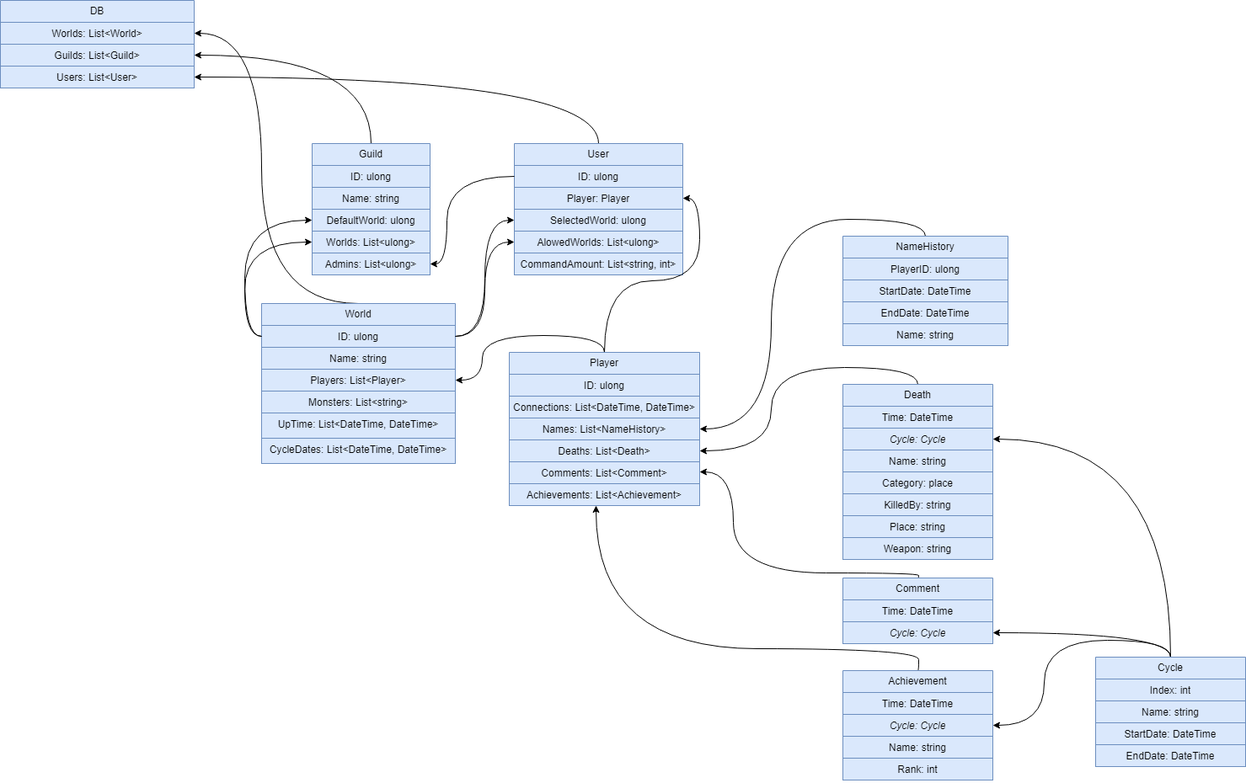
The draw.io diagram Stats Bot UML.drawio.png in Endferoma/Draw.IO, before a commit. Source tidied: cells renumbered, new cells last; positions are measured from the earlier drawing's top-left corner, leaving out a move shared by most shapes.
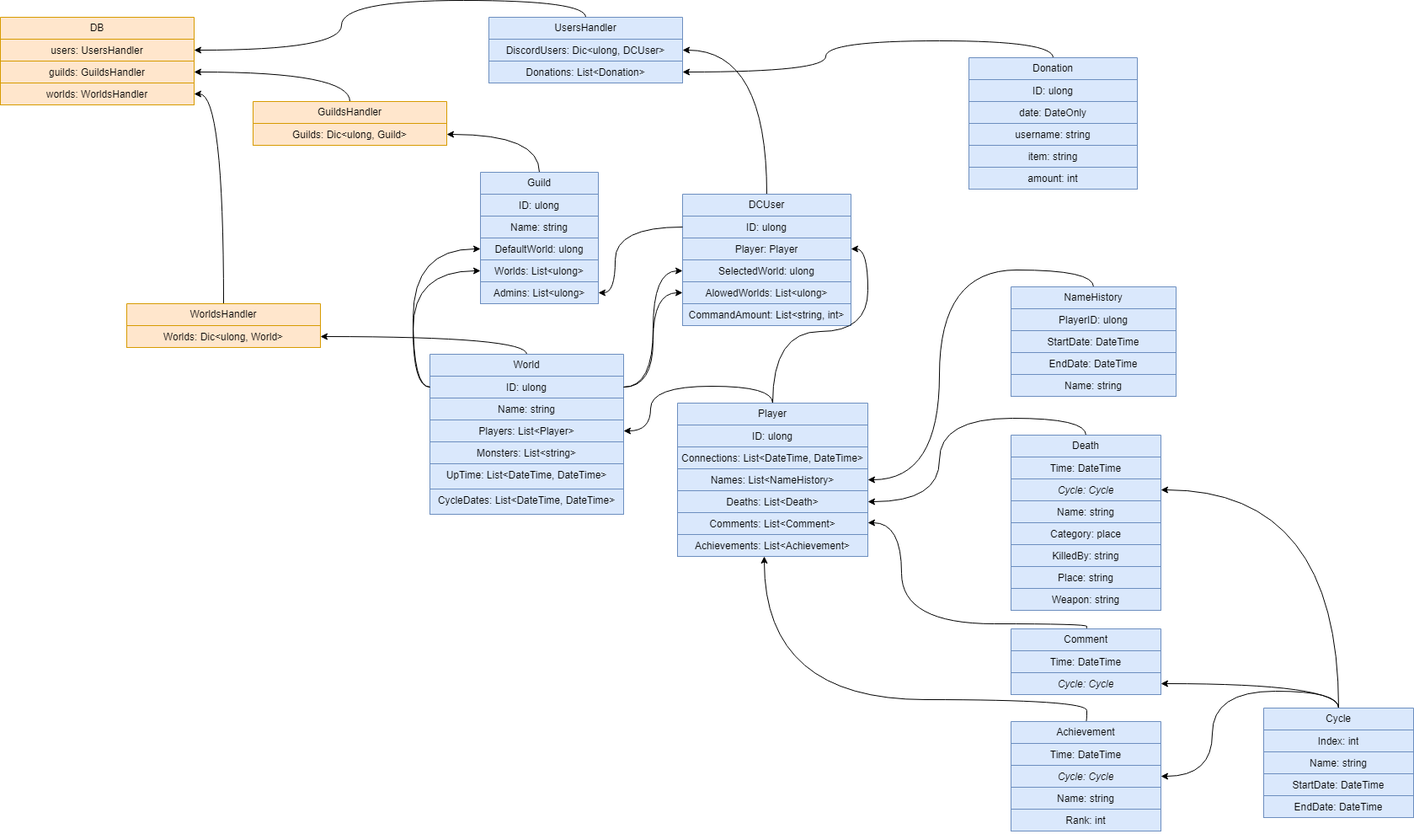
The same file after the commit.

Change to the diagram source:
```diff
@@ -2,11 +2,11 @@
   <root>
     <mxCell id="0" />
     <mxCell id="1" parent="0" />
-    <mxCell id="2" style="edgeStyle=orthogonalEdgeStyle;rounded=0;jettySize=auto;html=1;exitX=0.5;exitY=0;exitDx=0;exitDy=0;curved=1;" parent="1" edge="1" source="3" target="73">
-      <mxGeometry relative="1" as="geometry" />
-    </mxCell>
+    <mxCell id="75" style="edgeStyle=orthogonalEdgeStyle;rounded=0;jettySize=auto;html=1;exitX=0.5;exitY=0;exitDx=0;exitDy=0;curved=1;" parent="1" edge="1" source="3" target="84">
+      <mxGeometry relative="1" as="geometry" />
+    </mxCell>
     <mxCell id="3" value="Guild" style="swimlane;fontStyle=0;horizontal=1;startSize=26;fillColor=#dae8fc;whiteSpace=wrap;html=1;align=center;strokeColor=#6c8ebf;" parent="1" vertex="1">
-      <mxGeometry x="370" y="170" width="140" height="156" as="geometry" />
+      <mxGeometry x="370" y="144" width="140" height="156" as="geometry" />
     </mxCell>
     <mxCell id="4" value="ID: ulong" style="text;strokeColor=#6c8ebf;fillColor=#dae8fc;align=center;verticalAlign=top;spacingLeft=4;spacingRight=4;overflow=hidden;whiteSpace=wrap;html=1;" parent="3" vertex="1">
       <mxGeometry y="26" width="140" height="26" as="geometry" />
@@ -23,10 +23,10 @@
     <mxCell id="8" value="Admins: List&amp;lt;ulong&amp;gt;" style="text;strokeColor=#6c8ebf;fillColor=#dae8fc;align=center;verticalAlign=top;spacingLeft=4;spacingRight=4;overflow=hidden;points=[[0,0.5],[1,0.5]];portConstraint=eastwest;whiteSpace=wrap;html=1;" parent="3" vertex="1">
       <mxGeometry y="130" width="140" height="26" as="geometry" />
     </mxCell>
-    <mxCell id="9" style="edgeStyle=orthogonalEdgeStyle;rounded=0;jettySize=auto;html=1;exitX=0.5;exitY=0;exitDx=0;exitDy=0;curved=1;" parent="1" edge="1" source="10" target="74">
-      <mxGeometry relative="1" as="geometry" />
-    </mxCell>
+    <mxCell id="76" style="edgeStyle=orthogonalEdgeStyle;rounded=0;jettySize=auto;html=1;exitX=0.5;exitY=0;exitDx=0;exitDy=0;entryX=1;entryY=0.5;entryDx=0;entryDy=0;curved=1;" parent="1" edge="1" source="10" target="80">
+      <mxGeometry relative="1" as="geometry" />
+    </mxCell>
-    <mxCell id="10" value="User" style="swimlane;fontStyle=0;horizontal=1;startSize=26;fillColor=#dae8fc;whiteSpace=wrap;html=1;align=center;strokeColor=#6c8ebf;" parent="1" vertex="1">
+    <mxCell id="10" value="DCUser" style="swimlane;fontStyle=0;horizontal=1;startSize=26;fillColor=#dae8fc;whiteSpace=wrap;html=1;align=center;strokeColor=#6c8ebf;" parent="1" vertex="1">
       <mxGeometry x="610" y="170" width="200" height="156" as="geometry" />
     </mxCell>
     <mxCell id="11" value="&lt;div&gt;&lt;span style=&quot;background-color: initial;&quot;&gt;ID: ulong&lt;/span&gt;&lt;br&gt;&lt;/div&gt;" style="text;strokeColor=#6c8ebf;fillColor=#dae8fc;align=center;verticalAlign=top;spacingLeft=4;spacingRight=4;overflow=hidden;points=[[0,0.5],[1,0.5]];portConstraint=eastwest;whiteSpace=wrap;html=1;" parent="10" vertex="1">
@@ -62,14 +62,9 @@
     <mxCell id="21" value="Name: string" style="text;strokeColor=#6c8ebf;fillColor=#dae8fc;align=center;verticalAlign=top;spacingLeft=4;spacingRight=4;overflow=hidden;whiteSpace=wrap;html=1;" parent="17" vertex="1">
       <mxGeometry y="104" width="196" height="26" as="geometry" />
     </mxCell>
-    <mxCell id="22" style="edgeStyle=orthogonalEdgeStyle;rounded=0;jettySize=auto;html=1;exitX=0.5;exitY=0;exitDx=0;exitDy=0;entryX=1;entryY=0.5;entryDx=0;entryDy=0;curved=1;" parent="1" edge="1" source="23" target="72">
-      <mxGeometry relative="1" as="geometry">
-        <Array as="points">
-          <mxPoint x="310" y="360" />
-          <mxPoint x="310" y="39" />
-        </Array>
-      </mxGeometry>
-    </mxCell>
+    <mxCell id="77" style="edgeStyle=orthogonalEdgeStyle;rounded=0;jettySize=auto;html=1;exitX=0.5;exitY=0;exitDx=0;exitDy=0;curved=1;" parent="1" edge="1" source="23" target="87">
+      <mxGeometry relative="1" as="geometry" />
+    </mxCell>
     <mxCell id="23" value="World" style="swimlane;fontStyle=0;horizontal=1;startSize=26;fillColor=#dae8fc;whiteSpace=wrap;html=1;align=center;strokeColor=#6c8ebf;" parent="1" vertex="1">
       <mxGeometry x="310" y="360" width="230" height="190" as="geometry" />
     </mxCell>
@@ -122,7 +117,7 @@
       <mxGeometry relative="1" as="geometry">
         <Array as="points">
           <mxPoint x="530" y="209" />
-          <mxPoint x="530" y="313" />
+          <mxPoint x="530" y="287" />
         </Array>
       </mxGeometry>
     </mxCell>
@@ -232,17 +227,68 @@
     <mxCell id="70" style="edgeStyle=orthogonalEdgeStyle;rounded=0;jettySize=auto;html=1;exitX=1;exitY=0.5;exitDx=0;exitDy=0;entryX=0;entryY=0.5;entryDx=0;entryDy=0;curved=1;" parent="1" edge="1" source="24" target="14">
       <mxGeometry relative="1" as="geometry" />
     </mxCell>
-    <mxCell id="71" value="DB" style="swimlane;fontStyle=0;horizontal=1;startSize=26;fillColor=#dae8fc;whiteSpace=wrap;html=1;align=center;strokeColor=#6c8ebf;" parent="1" vertex="1">
-      <mxGeometry width="230" height="104" as="geometry" />
+    <mxCell id="71" value="DB" style="swimlane;fontStyle=0;horizontal=1;startSize=26;fillColor=#ffe6cc;whiteSpace=wrap;html=1;align=center;strokeColor=#d79b00;" parent="1" vertex="1">
+      <mxGeometry x="-200" y="-40" width="230" height="104" as="geometry" />
     </mxCell>
-    <mxCell id="72" value="Worlds: List&amp;lt;World&amp;gt;" style="text;strokeColor=#6c8ebf;fillColor=#dae8fc;align=center;verticalAlign=top;spacingLeft=4;spacingRight=4;overflow=hidden;points=[[0,0.5],[1,0.5]];portConstraint=eastwest;whiteSpace=wrap;html=1;" parent="71" vertex="1">
+    <mxCell id="72" value="users: UsersHandler" style="text;strokeColor=#d79b00;fillColor=#ffe6cc;align=center;verticalAlign=top;spacingLeft=4;spacingRight=4;overflow=hidden;points=[[0,0.5],[1,0.5]];portConstraint=eastwest;whiteSpace=wrap;html=1;" parent="71" vertex="1">
       <mxGeometry y="26" width="230" height="26" as="geometry" />
     </mxCell>
-    <mxCell id="73" value="Guilds: List&amp;lt;Guild&amp;gt;" style="text;strokeColor=#6c8ebf;fillColor=#dae8fc;align=center;verticalAlign=top;spacingLeft=4;spacingRight=4;overflow=hidden;points=[[0,0.5],[1,0.5]];portConstraint=eastwest;whiteSpace=wrap;html=1;" parent="71" vertex="1">
+    <mxCell id="73" value="guilds: GuildsHandler" style="text;strokeColor=#d79b00;fillColor=#ffe6cc;align=center;verticalAlign=top;spacingLeft=4;spacingRight=4;overflow=hidden;points=[[0,0.5],[1,0.5]];portConstraint=eastwest;whiteSpace=wrap;html=1;" parent="71" vertex="1">
       <mxGeometry y="52" width="230" height="26" as="geometry" />
     </mxCell>
-    <mxCell id="74" value="Users: List&amp;lt;User&amp;gt;" style="text;strokeColor=#6c8ebf;fillColor=#dae8fc;align=center;verticalAlign=top;spacingLeft=4;spacingRight=4;overflow=hidden;points=[[0,0.5],[1,0.5]];portConstraint=eastwest;whiteSpace=wrap;html=1;" parent="71" vertex="1">
+    <mxCell id="74" value="worlds: WorldsHandler" style="text;strokeColor=#d79b00;fillColor=#ffe6cc;align=center;verticalAlign=top;spacingLeft=4;spacingRight=4;overflow=hidden;points=[[0,0.5],[1,0.5]];portConstraint=eastwest;whiteSpace=wrap;html=1;" parent="71" vertex="1">
       <mxGeometry y="78" width="230" height="26" as="geometry" />
     </mxCell>
+    <mxCell id="78" style="edgeStyle=orthogonalEdgeStyle;rounded=0;jettySize=auto;html=1;exitX=0.5;exitY=0;exitDx=0;exitDy=0;curved=1;" parent="1" edge="1" source="79" target="72">
+      <mxGeometry relative="1" as="geometry" />
+    </mxCell>
+    <mxCell id="79" value="UsersHandler" style="swimlane;fontStyle=0;horizontal=1;startSize=26;fillColor=#dae8fc;whiteSpace=wrap;html=1;align=center;strokeColor=#6c8ebf;" parent="1" vertex="1">
+      <mxGeometry x="380" y="-40" width="230" height="78" as="geometry" />
+    </mxCell>
+    <mxCell id="80" value="DiscordUsers: Dic&amp;lt;ulong, DCUser&amp;gt;" style="text;strokeColor=#6c8ebf;fillColor=#dae8fc;align=center;verticalAlign=top;spacingLeft=4;spacingRight=4;overflow=hidden;points=[[0,0.5],[1,0.5]];portConstraint=eastwest;whiteSpace=wrap;html=1;" parent="79" vertex="1">
+      <mxGeometry y="26" width="230" height="26" as="geometry" />
+    </mxCell>
+    <mxCell id="81" value="Donations: List&amp;lt;Donation&amp;gt;" style="text;strokeColor=#6c8ebf;fillColor=#dae8fc;align=center;verticalAlign=top;spacingLeft=4;spacingRight=4;overflow=hidden;points=[[0,0.5],[1,0.5]];portConstraint=eastwest;whiteSpace=wrap;html=1;" parent="79" vertex="1">
+      <mxGeometry y="52" width="230" height="26" as="geometry" />
+    </mxCell>
+    <mxCell id="82" style="edgeStyle=orthogonalEdgeStyle;rounded=0;jettySize=auto;html=1;exitX=0.5;exitY=0;exitDx=0;exitDy=0;curved=1;" parent="1" edge="1" source="83" target="73">
+      <mxGeometry relative="1" as="geometry" />
+    </mxCell>
+    <mxCell id="83" value="GuildsHandler" style="swimlane;fontStyle=0;horizontal=1;startSize=26;fillColor=#ffe6cc;whiteSpace=wrap;html=1;align=center;strokeColor=#d79b00;" parent="1" vertex="1">
+      <mxGeometry x="100" y="60" width="230" height="52" as="geometry" />
+    </mxCell>
+    <mxCell id="84" value="Guilds: Dic&amp;lt;ulong, Guild&amp;gt;" style="text;strokeColor=#d79b00;fillColor=#ffe6cc;align=center;verticalAlign=top;spacingLeft=4;spacingRight=4;overflow=hidden;points=[[0,0.5],[1,0.5]];portConstraint=eastwest;whiteSpace=wrap;html=1;" parent="83" vertex="1">
+      <mxGeometry y="26" width="230" height="26" as="geometry" />
+    </mxCell>
+    <mxCell id="85" style="edgeStyle=orthogonalEdgeStyle;rounded=0;jettySize=auto;html=1;exitX=0.5;exitY=0;exitDx=0;exitDy=0;curved=1;" parent="1" edge="1" source="86" target="74">
+      <mxGeometry relative="1" as="geometry" />
+    </mxCell>
+    <mxCell id="86" value="WorldsHandler" style="swimlane;fontStyle=0;horizontal=1;startSize=26;whiteSpace=wrap;html=1;align=center;fillColor=#ffe6cc;strokeColor=#d79b00;" parent="1" vertex="1">
+      <mxGeometry x="-50" y="300" width="230" height="52" as="geometry" />
+    </mxCell>
+    <mxCell id="87" value="Worlds: Dic&amp;lt;ulong, World&amp;gt;" style="text;strokeColor=#d79b00;fillColor=#ffe6cc;align=center;verticalAlign=top;spacingLeft=4;spacingRight=4;overflow=hidden;points=[[0,0.5],[1,0.5]];portConstraint=eastwest;whiteSpace=wrap;html=1;" parent="86" vertex="1">
+      <mxGeometry y="26" width="230" height="26" as="geometry" />
+    </mxCell>
+    <mxCell id="88" style="edgeStyle=orthogonalEdgeStyle;rounded=0;jettySize=auto;html=1;exitX=0.5;exitY=0;exitDx=0;exitDy=0;curved=1;" parent="1" edge="1" source="89" target="81">
+      <mxGeometry relative="1" as="geometry" />
+    </mxCell>
+    <mxCell id="89" value="Donation" style="swimlane;fontStyle=0;horizontal=1;startSize=26;fillColor=#dae8fc;whiteSpace=wrap;html=1;align=center;strokeColor=#6c8ebf;" parent="1" vertex="1">
+      <mxGeometry x="950" y="8" width="200" height="156" as="geometry" />
+    </mxCell>
+    <mxCell id="90" value="&lt;div&gt;&lt;span style=&quot;background-color: initial;&quot;&gt;ID: ulong&lt;/span&gt;&lt;br&gt;&lt;/div&gt;" style="text;strokeColor=#6c8ebf;fillColor=#dae8fc;align=center;verticalAlign=top;spacingLeft=4;spacingRight=4;overflow=hidden;whiteSpace=wrap;html=1;" parent="89" vertex="1">
+      <mxGeometry y="26" width="200" height="26" as="geometry" />
+    </mxCell>
+    <mxCell id="91" value="date: DateOnly" style="text;strokeColor=#6c8ebf;fillColor=#dae8fc;align=center;verticalAlign=top;spacingLeft=4;spacingRight=4;overflow=hidden;whiteSpace=wrap;html=1;" parent="89" vertex="1">
+      <mxGeometry y="52" width="200" height="26" as="geometry" />
+    </mxCell>
+    <mxCell id="92" value="username: string" style="text;strokeColor=#6c8ebf;fillColor=#dae8fc;align=center;verticalAlign=top;spacingLeft=4;spacingRight=4;overflow=hidden;whiteSpace=wrap;html=1;" parent="89" vertex="1">
+      <mxGeometry y="78" width="200" height="26" as="geometry" />
+    </mxCell>
+    <mxCell id="93" value="item: string" style="text;strokeColor=#6c8ebf;fillColor=#dae8fc;align=center;verticalAlign=top;spacingLeft=4;spacingRight=4;overflow=hidden;whiteSpace=wrap;html=1;" parent="89" vertex="1">
+      <mxGeometry y="104" width="200" height="26" as="geometry" />
+    </mxCell>
+    <mxCell id="94" value="amount: int" style="text;strokeColor=#6c8ebf;fillColor=#dae8fc;align=center;verticalAlign=top;spacingLeft=4;spacingRight=4;overflow=hidden;whiteSpace=wrap;html=1;" parent="89" vertex="1">
+      <mxGeometry y="130" width="200" height="26" as="geometry" />
+    </mxCell>
   </root>
 </mxGraphModel>
```
